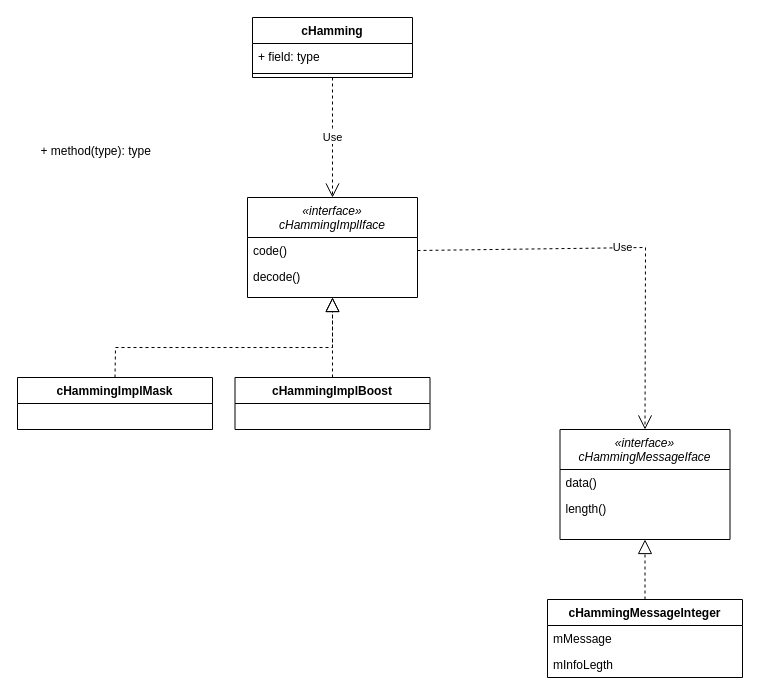
JozeAlexandro/hammingCode keeps this draw.io diagram as doc/UML class diagram.drawio. Above is the earlier version. Source tidied: cells renumbered, new cells numbered last; positions are measured from the earlier drawing's top-left corner, leaving out a move shared by most shapes. Both pictures are drawn from the tidied source at 100%, with x=0, y=0 at pixel (17, 17).
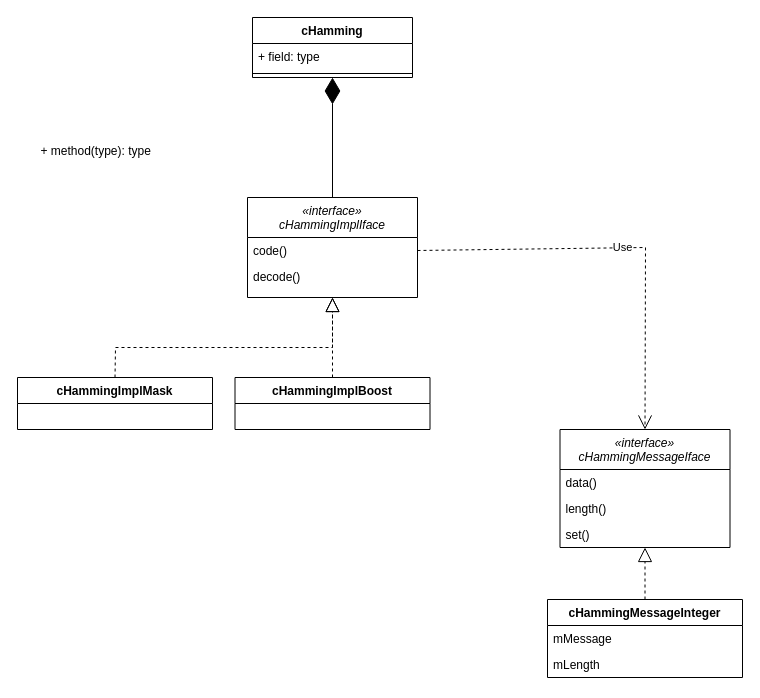
The same page after the edit.

Commit message (it also covers changes not shown here):
Отход от pimpl, явно получается лишняя накрутка сложности... сообщения пользователя через boost::dynamic_bitset, UML не обновлен

The change refers to these unchanged cells:
```xml
<mxCell id="5" value="cHammingMessageInteger" style="swimlane;fontStyle=1;align=center;verticalAlign=top;horizontal=1;startSize=26;" parent="1" vertex="1">
  <mxGeometry x="530" y="582" width="195" height="78" as="geometry" />
</mxCell>
<mxCell id="9" value="«interface»&#10;cHammingImplIface" style="swimlane;fontStyle=2;align=center;verticalAlign=top;horizontal=1;startSize=40;rounded=0;shadow=0;strokeWidth=1;" parent="1" vertex="1">
  <mxGeometry x="230" y="180" width="170" height="100" as="geometry" />
</mxCell>
<mxCell id="16" value="cHamming" style="swimlane;fontStyle=1;align=center;verticalAlign=top;horizontal=1;startSize=26;" parent="1" vertex="1">
  <mxGeometry x="235" width="160" height="60" as="geometry" />
</mxCell>
```

Diff of the diagram source:
```diff
@@
     <mxCell id="2" value="«interface»&#10;cHammingMessageIface" style="swimlane;fontStyle=2;align=center;verticalAlign=top;horizontal=1;startSize=40;rounded=0;shadow=0;strokeWidth=1;" parent="1" vertex="1">
-      <mxGeometry x="542.5" y="412" width="170" height="110" as="geometry" />
+      <mxGeometry x="542.5" y="412" width="170" height="118" as="geometry" />
     </mxCell>
@@
+    <mxCell id="23" value="set()" style="text;align=left;verticalAlign=top;spacingLeft=4;spacingRight=4;overflow=hidden;" parent="2" vertex="1">
+      <mxGeometry y="92" width="170" height="26" as="geometry" />
+    </mxCell>
@@
-    <mxCell id="7" value="mInfoLegth" style="text;align=left;verticalAlign=top;spacingLeft=4;spacingRight=4;overflow=hidden;" parent="5" vertex="1">
+    <mxCell id="7" value="mLength" style="text;align=left;verticalAlign=top;spacingLeft=4;spacingRight=4;overflow=hidden;" parent="5" vertex="1">
       <mxGeometry y="52" width="195" height="26" as="geometry" />
     </mxCell>
@@
-    <mxCell id="19" value="Use" style="endArrow=open;endSize=12;dashed=1;html=1;rounded=0;exitX=0.5;exitY=1;exitDx=0;exitDy=0;entryX=0.5;entryY=0;entryDx=0;entryDy=0;" parent="1" edge="1" source="16" target="9">
-      <mxGeometry relative="1" as="geometry">
-        <Array as="points">
-          <mxPoint x="315" y="110" />
-        </Array>
-      </mxGeometry>
-    </mxCell>
@@
+    <mxCell id="24" style="endArrow=diamondThin;endFill=1;endSize=24;html=1;rounded=0;exitX=0.5;exitY=0;exitDx=0;exitDy=0;entryX=0.5;entryY=1;entryDx=0;entryDy=0;" parent="1" edge="1" source="9" target="16">
+      <mxGeometry relative="1" as="geometry" />
+    </mxCell>
```
